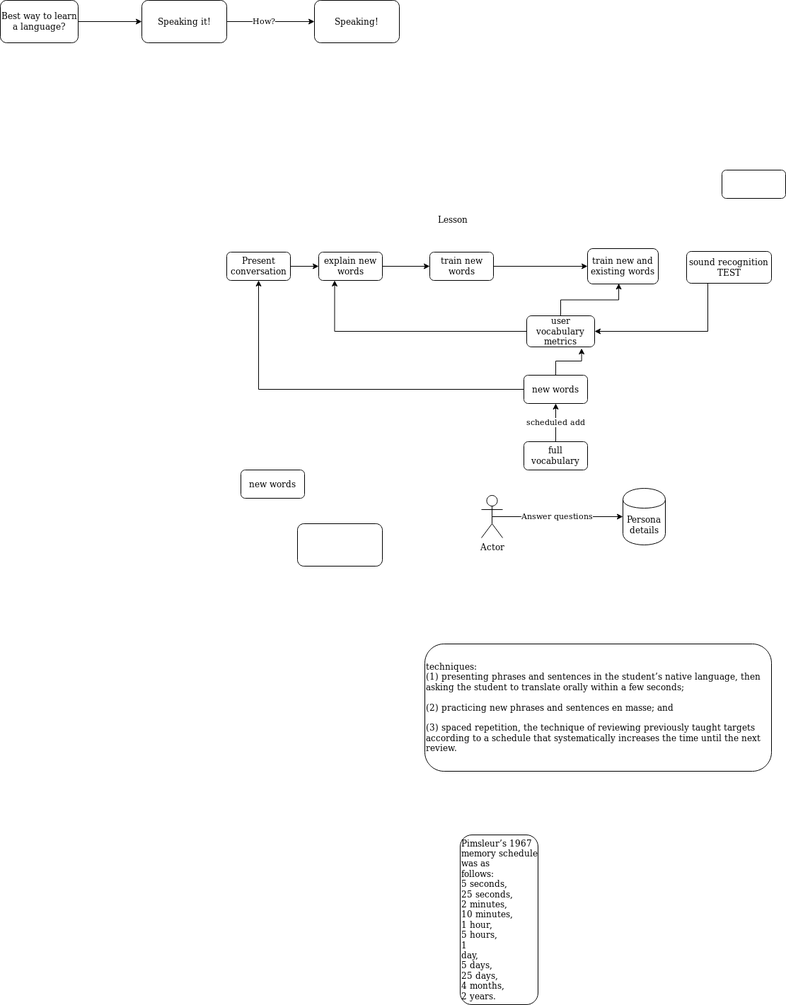
Above: Language Tutor.png in Mr-Ruben/ml (draw.io), before the change. Source tidied: cells renumbered, new cells last; positions are measured from the earlier drawing's top-left corner, leaving out a move shared by most shapes.
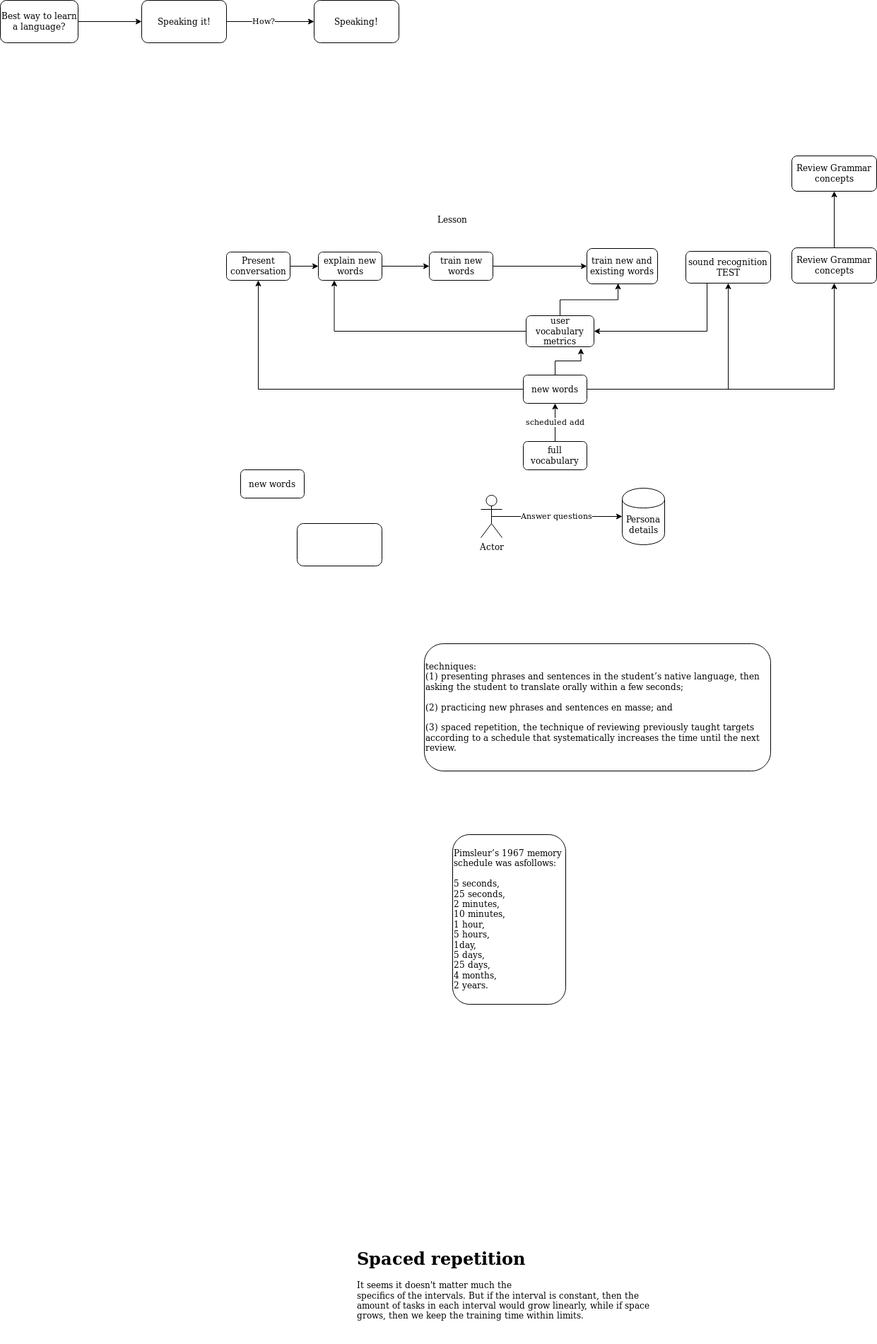
Above is the later version.

Change to the diagram source:
```diff
@@ -38,9 +38,15 @@
     <mxCell id="13" value="new words" style="rounded=1;whiteSpace=wrap;html=1;" parent="1" vertex="1">
       <mxGeometry x="340" y="664" width="90" height="40" as="geometry" />
     </mxCell>
+    <mxCell id="33" style="edgeStyle=orthogonalEdgeStyle;rounded=0;jettySize=auto;html=1;" parent="1" edge="1" source="14" target="34">
+      <mxGeometry relative="1" as="geometry" />
+    </mxCell>
-    <mxCell id="14" style="rounded=1;whiteSpace=wrap;html=1;" parent="1" vertex="1">
-      <mxGeometry x="1020" y="240" width="90" height="40" as="geometry" />
+    <mxCell id="14" value="Review Grammar concepts" style="rounded=1;whiteSpace=wrap;html=1;" parent="1" vertex="1">
+      <mxGeometry x="1120" y="350" width="120" height="50" as="geometry" />
     </mxCell>
+    <mxCell id="34" value="Review Grammar concepts" style="rounded=1;whiteSpace=wrap;html=1;" parent="1" vertex="1">
+      <mxGeometry x="1120" y="220" width="120" height="50" as="geometry" />
+    </mxCell>
     <mxCell id="15" style="edgeStyle=orthogonalEdgeStyle;rounded=0;jettySize=auto;html=1;entryX=0.441;entryY=0.986;entryDx=0;entryDy=0;entryPerimeter=0;" parent="1" edge="1" source="17" target="12">
       <mxGeometry relative="1" as="geometry" />
     </mxCell>
@@ -62,6 +68,12 @@
     <mxCell id="21" style="edgeStyle=orthogonalEdgeStyle;rounded=0;jettySize=auto;html=1;entryX=0.808;entryY=1.046;entryDx=0;entryDy=0;entryPerimeter=0;" parent="1" edge="1" source="22" target="17">
       <mxGeometry relative="1" as="geometry" />
     </mxCell>
+    <mxCell id="35" style="edgeStyle=orthogonalEdgeStyle;rounded=0;jettySize=auto;html=1;" parent="1" edge="1" source="22" target="14">
+      <mxGeometry relative="1" as="geometry" />
+    </mxCell>
+    <mxCell id="36" style="edgeStyle=orthogonalEdgeStyle;rounded=0;jettySize=auto;html=1;entryX=0.5;entryY=1;entryDx=0;entryDy=0;" parent="1" edge="1" source="22" target="24">
+      <mxGeometry relative="1" as="geometry" />
+    </mxCell>
     <mxCell id="22" value="new words" style="rounded=1;whiteSpace=wrap;html=1;" parent="1" vertex="1">
       <mxGeometry x="740" y="530" width="90" height="40" as="geometry" />
     </mxCell>
@@ -77,8 +89,8 @@
     <mxCell id="26" value="techniques: &lt;br&gt;(1) presenting phrases and sentences in the student’s native language, then asking the student to translate orally within a few seconds; &lt;br&gt;&lt;br&gt;(2) practicing new phrases and sentences en masse; and &lt;br&gt;&lt;br&gt;(3) spaced repetition, the technique of reviewing previously taught targets according to a schedule that systematically increases the time until the next review.&lt;br&gt;" style="rounded=1;whiteSpace=wrap;html=1;align=left;" parent="1" vertex="1">
       <mxGeometry x="600" y="910" width="490" height="180" as="geometry" />
     </mxCell>
-    <mxCell id="27" value="&lt;span style=&quot;color: #000000&quot;&gt;Pimsleur’s 1967 memory schedule was as &lt;br&gt;&lt;/span&gt;&lt;div&gt;&lt;span style=&quot;color: #000000&quot;&gt;follows: &lt;br&gt;&lt;/span&gt;&lt;/div&gt;&lt;div&gt;&lt;span style=&quot;color: #000000&quot;&gt;5 seconds, &lt;br&gt;&lt;/span&gt;&lt;/div&gt;&lt;div&gt;&lt;span style=&quot;color: #000000&quot;&gt;25 seconds, &lt;br&gt;&lt;/span&gt;&lt;/div&gt;&lt;div&gt;&lt;span style=&quot;color: #000000&quot;&gt;2 minutes, &lt;br&gt;&lt;/span&gt;&lt;/div&gt;&lt;div&gt;&lt;span style=&quot;color: #000000&quot;&gt;10 minutes, &lt;br&gt;&lt;/span&gt;&lt;/div&gt;&lt;div&gt;&lt;span style=&quot;color: #000000&quot;&gt;1 hour, &lt;br&gt;&lt;/span&gt;&lt;/div&gt;&lt;div&gt;&lt;span style=&quot;color: #000000&quot;&gt;5 hours, &lt;br&gt;&lt;/span&gt;&lt;/div&gt;&lt;div&gt;&lt;span style=&quot;color: #000000&quot;&gt;1&lt;/span&gt;&lt;/div&gt;&lt;div&gt;&lt;span style=&quot;color: #000000&quot;&gt;&lt;/span&gt;&lt;/div&gt;&lt;div&gt;&lt;span style=&quot;color: #000000&quot;&gt; day, &lt;br&gt;&lt;/span&gt;&lt;/div&gt;&lt;div&gt;&lt;span style=&quot;color: #000000&quot;&gt;5 days, &lt;br&gt;&lt;/span&gt;&lt;/div&gt;&lt;div&gt;&lt;span style=&quot;color: #000000&quot;&gt;25 days, &lt;br&gt;&lt;/span&gt;&lt;/div&gt;&lt;div&gt;&lt;span style=&quot;color: #000000&quot;&gt;4 months, &lt;br&gt;&lt;/span&gt;&lt;/div&gt;&lt;div&gt;&lt;span style=&quot;color: #000000&quot;&gt;2 years.&lt;/span&gt;&lt;/div&gt;" style="rounded=1;whiteSpace=wrap;html=1;align=left;" parent="1" vertex="1">
-      <mxGeometry x="650" y="1180" width="110" height="240" as="geometry" />
+    <mxCell id="27" value="&lt;div&gt;&lt;span style=&quot;color: #000000&quot;&gt;Pimsleur’s 1967 memory schedule was as&lt;/span&gt;&lt;span style=&quot;color: #000000&quot;&gt;follows: &lt;br&gt;&lt;/span&gt;&lt;/div&gt;&lt;div&gt;&lt;br&gt;&lt;span style=&quot;color: #000000&quot;&gt;&lt;/span&gt;&lt;/div&gt;&lt;div&gt;&lt;span style=&quot;color: #000000&quot;&gt;&lt;/span&gt;&lt;/div&gt;&lt;div&gt;&lt;span style=&quot;color: #000000&quot;&gt;5 seconds, &lt;br&gt;&lt;/span&gt;&lt;/div&gt;&lt;div&gt;&lt;span style=&quot;color: #000000&quot;&gt;25 seconds, &lt;br&gt;&lt;/span&gt;&lt;/div&gt;&lt;div&gt;&lt;span style=&quot;color: #000000&quot;&gt;2 minutes, &lt;br&gt;&lt;/span&gt;&lt;/div&gt;&lt;div&gt;&lt;span style=&quot;color: #000000&quot;&gt;10 minutes, &lt;br&gt;&lt;/span&gt;&lt;/div&gt;&lt;div&gt;&lt;span style=&quot;color: #000000&quot;&gt;1 hour, &lt;br&gt;&lt;/span&gt;&lt;/div&gt;&lt;div&gt;&lt;span style=&quot;color: #000000&quot;&gt;5 hours, &lt;br&gt;&lt;/span&gt;&lt;/div&gt;&lt;div&gt;&lt;span style=&quot;color: #000000&quot;&gt;1day, &lt;br&gt;&lt;/span&gt;&lt;/div&gt;&lt;div&gt;&lt;span style=&quot;color: #000000&quot;&gt;5 days, &lt;br&gt;&lt;/span&gt;&lt;/div&gt;&lt;div&gt;&lt;span style=&quot;color: #000000&quot;&gt;25 days, &lt;br&gt;&lt;/span&gt;&lt;/div&gt;&lt;div&gt;&lt;span style=&quot;color: #000000&quot;&gt;4 months, &lt;br&gt;&lt;/span&gt;&lt;/div&gt;&lt;div&gt;&lt;span style=&quot;color: #000000&quot;&gt;2 years.&lt;/span&gt;&lt;/div&gt;" style="rounded=1;whiteSpace=wrap;html=1;align=left;" parent="1" vertex="1">
+      <mxGeometry x="640" y="1180" width="160" height="240" as="geometry" />
     </mxCell>
     <mxCell id="28" style="edgeStyle=orthogonalEdgeStyle;rounded=0;jettySize=auto;html=1;" parent="1" edge="1" source="29" target="31">
       <mxGeometry relative="1" as="geometry" />
@@ -100,5 +112,8 @@
     <mxCell id="32" value="Speaking!" style="rounded=1;whiteSpace=wrap;html=1;" parent="1" vertex="1">
       <mxGeometry x="444" width="120" height="60" as="geometry" />
     </mxCell>
+    <mxCell id="37" value="&lt;h1&gt;Spaced repetition&lt;br&gt;&lt;/h1&gt;&lt;p&gt;It seems it doesn't matter much the &lt;br/&gt;specifics of the intervals. But if the interval is constant, then the &lt;br/&gt;amount of tasks in each interval would grow linearly, while if space &lt;br/&gt;grows, then we keep the training time within limits.&lt;br&gt;&lt;/p&gt;" style="text;html=1;strokeColor=none;fillColor=none;spacing=5;spacingTop=-20;whiteSpace=wrap;overflow=hidden;rounded=0;" parent="1" vertex="1">
+      <mxGeometry x="500" y="1760" width="430" height="140" as="geometry" />
+    </mxCell>
   </root>
 </mxGraphModel>
```
